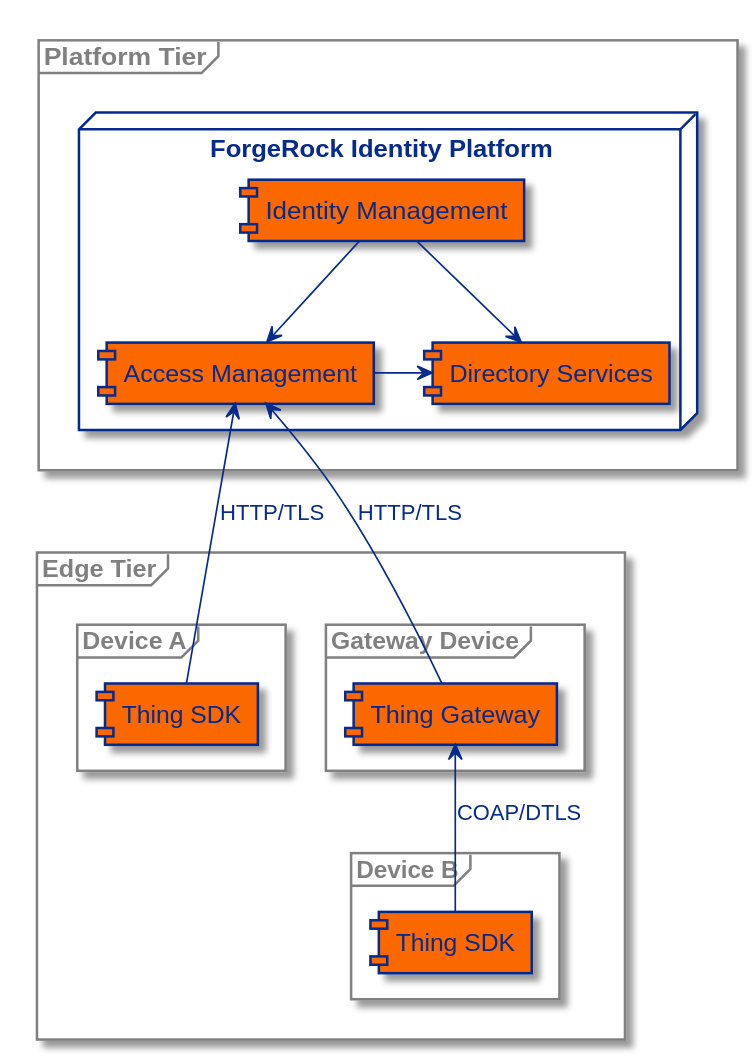
Earlier version of the PlantUML export docs/iot-edge-components.svg (ForgeRock/iot-edge).
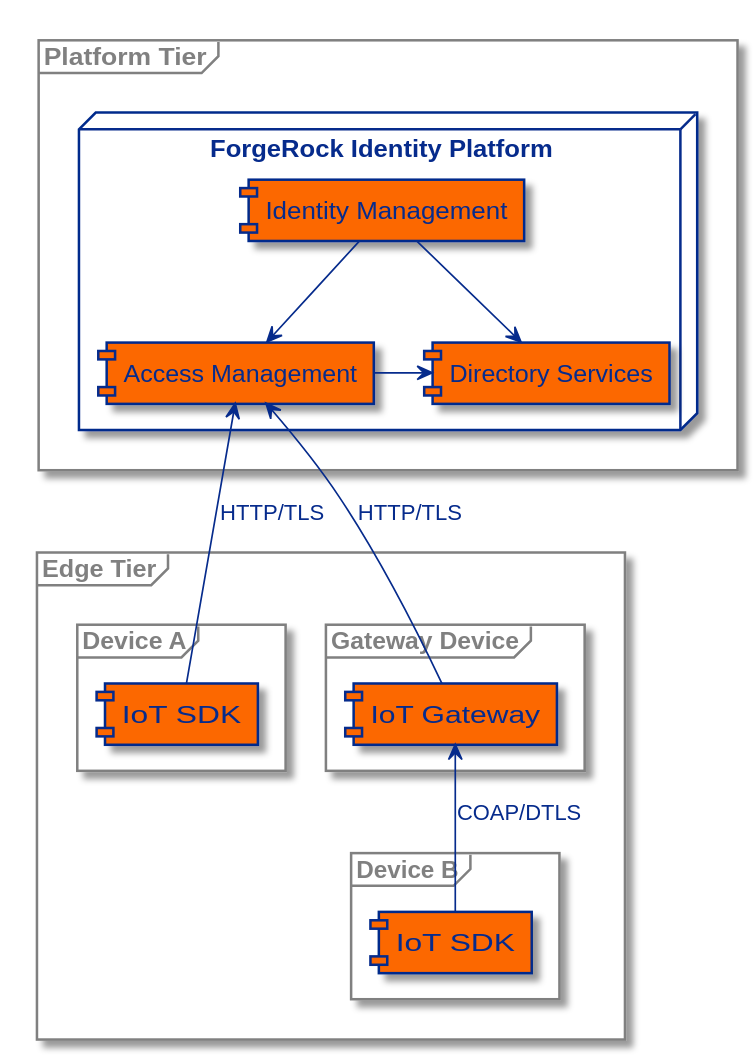
After the commit.

Change to the diagram source:
```diff
@@ -18,13 +18,13 @@
 
 frame "Edge Tier" {
     frame "Device A" {
-        [Thing SDK] as ac
+        [IoT SDK] as ac
     }
     frame "Gateway Device" {
-        [Thing Gateway] as gt
+        [IoT Gateway] as gt
     }
     frame "Device B" {
-        [Thing SDK] as gc
+        [IoT SDK] as gc
     }
 }
 frame "Platform Tier" {
```
